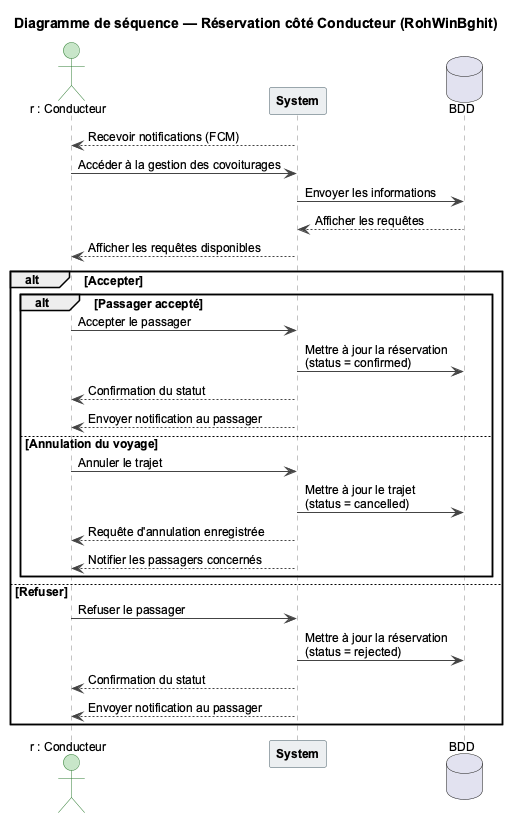
Belhormamohamed13/Memiore_RohWinBghit keeps this PlantUML diagram as figures/fig_sequence_reservation_conducteur.png. Above is the earlier version. Source of this version:
```plantuml
@startuml fig_sequence_reservation_conducteur
skinparam DefaultFontName Arial
skinparam DefaultFontSize 12
skinparam shadowing false
skinparam sequence {
  ArrowColor #444444
  ActorBorderColor #2E7D32
  ActorBackgroundColor #C8E6C9
  LifeLineBorderColor #888888
  ParticipantBorderColor #455A64
  ParticipantBackgroundColor #ECEFF1
  ParticipantFontStyle bold
  DatabaseBorderColor #F9A825
  DatabaseBackgroundColor #FFF9C4
}

title Diagramme de séquence — Réservation côté Conducteur (RohWinBghit)

actor "r : Conducteur" as D
participant "System" as S
database "BDD" as DB

S --> D : Recevoir notifications (FCM)
D -> S : Accéder à la gestion des covoiturages
S -> DB : Envoyer les informations
DB --> S : Afficher les requêtes
S --> D : Afficher les requêtes disponibles

alt Accepter

  alt Passager accepté
    D -> S : Accepter le passager
    S -> DB : Mettre à jour la réservation\n(status = confirmed)
    S --> D : Confirmation du statut
    S --> D : Envoyer notification au passager
  else Annulation du voyage
    D -> S : Annuler le trajet
    S -> DB : Mettre à jour le trajet\n(status = cancelled)
    S --> D : Requête d'annulation enregistrée
    S --> D : Notifier les passagers concernés
  end

else Refuser
  D -> S : Refuser le passager
  S -> DB : Mettre à jour la réservation\n(status = rejected)
  S --> D : Confirmation du statut
  S --> D : Envoyer notification au passager
end

@enduml
```
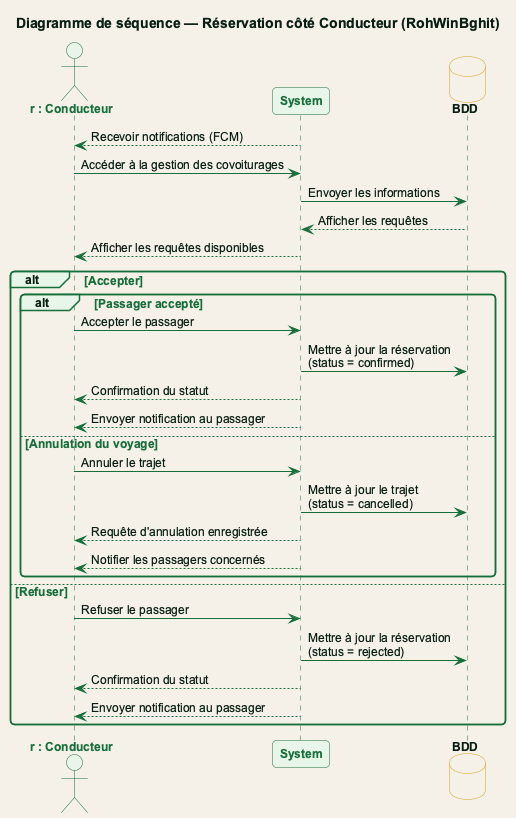
Above is the later version.

Diff of the diagram source:
```diff
@@ -1,18 +1,5 @@
 @startuml fig_sequence_reservation_conducteur
-skinparam DefaultFontName Arial
-skinparam DefaultFontSize 12
-skinparam shadowing false
-skinparam sequence {
-  ArrowColor #444444
-  ActorBorderColor #2E7D32
-  ActorBackgroundColor #C8E6C9
-  LifeLineBorderColor #888888
-  ParticipantBorderColor #455A64
-  ParticipantBackgroundColor #ECEFF1
-  ParticipantFontStyle bold
-  DatabaseBorderColor #F9A825
-  DatabaseBackgroundColor #FFF9C4
-}
+!include theme_rohwinbghit.puml
 
 title Diagramme de séquence — Réservation côté Conducteur (RohWinBghit)
 
```
